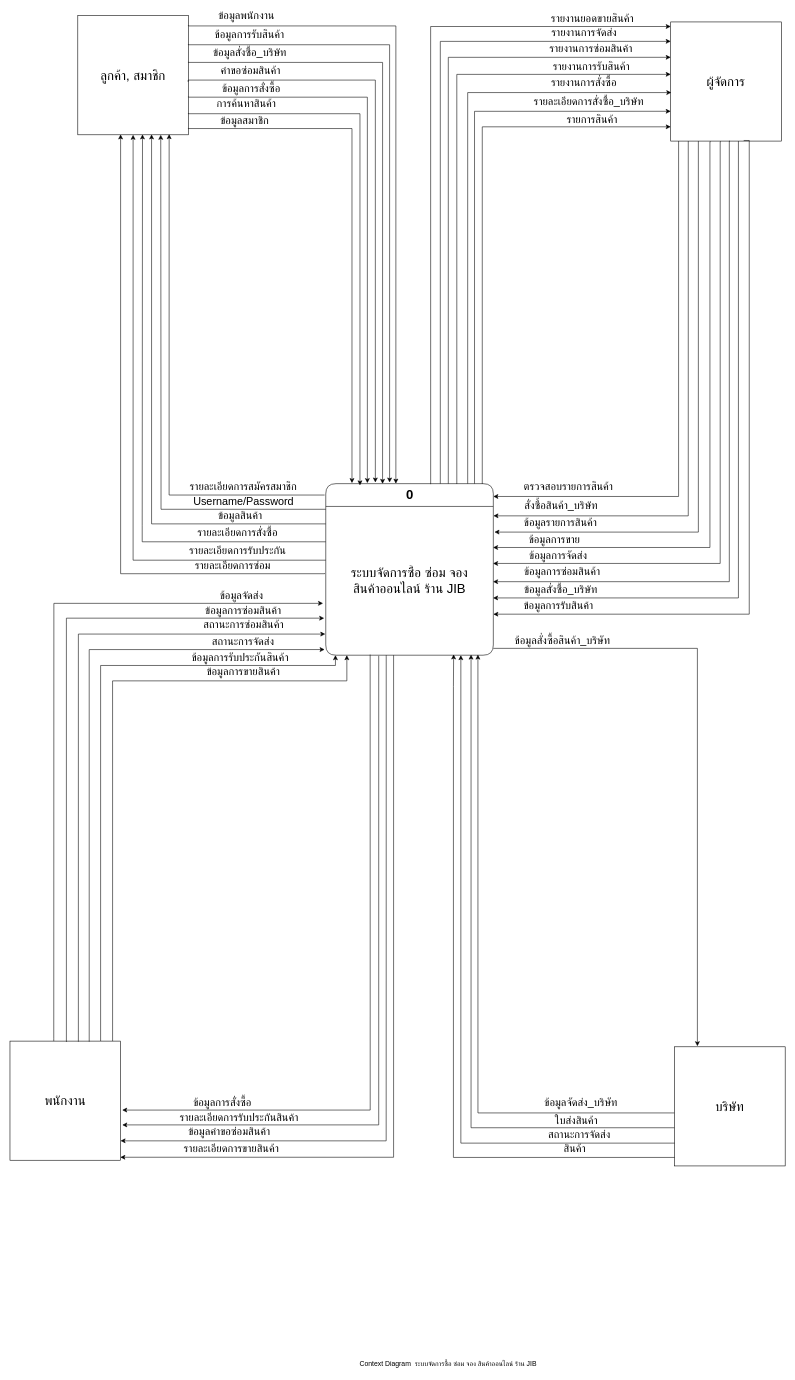
tonparin/SomkidDiagram keeps this draw.io diagram as Untitled Diagram.drawio. Above is the earlier version. Source tidied: cells renumbered, new cells numbered last; positions are measured from the earlier drawing's top-left corner, leaving out a move shared by most shapes. Both pictures are drawn from the tidied source at 57%, with x=0, y=0 at pixel (10, 10).
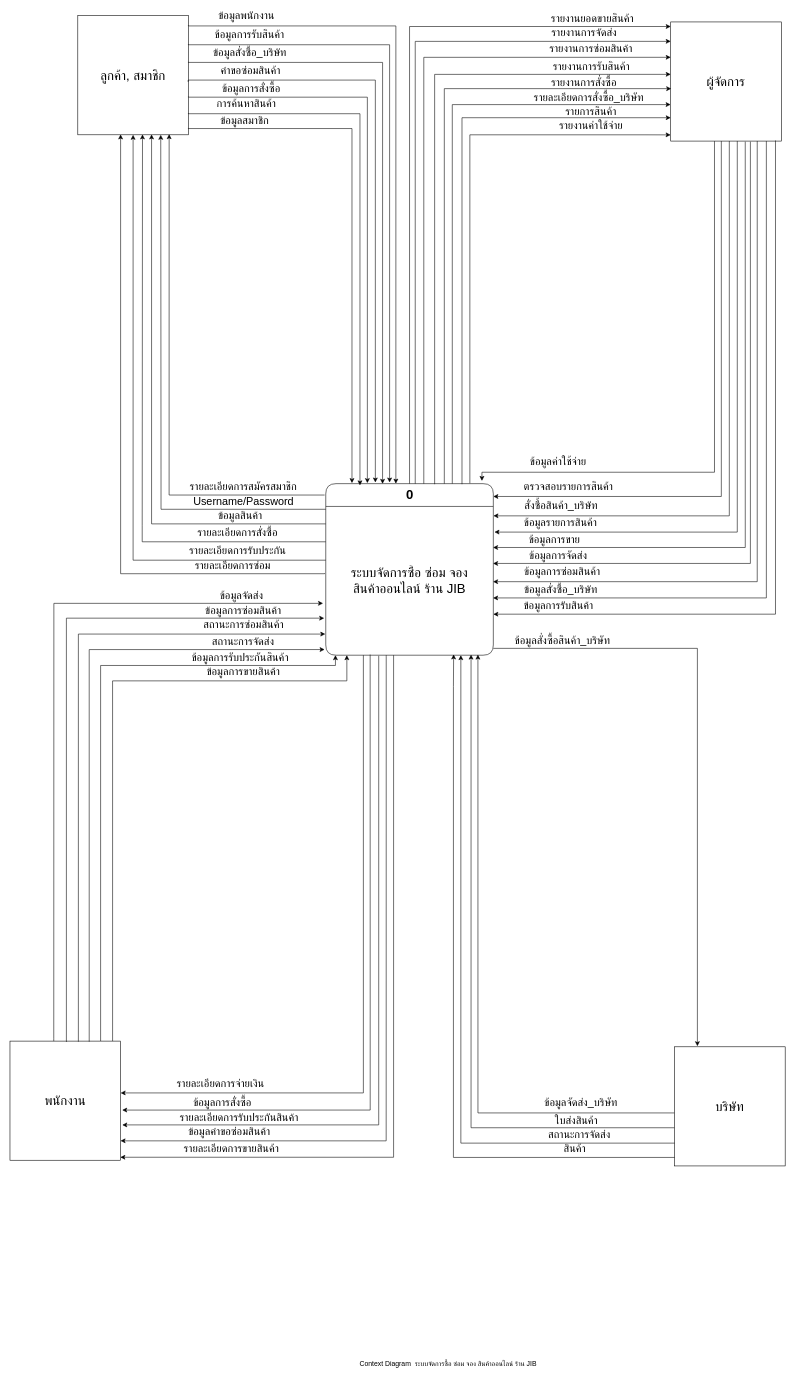
The same diagram, later.

Unchanged cells that the change refers to:
```xml
<mxCell id="3" value="ผู้จัดการ" style="rounded=0;whiteSpace=wrap;html=1;fontSize=23;" parent="1" vertex="1">
  <mxGeometry x="1159.2" y="20" width="194" height="209" as="geometry" />
</mxCell>
<mxCell id="9" value="0" style="swimlane;fontStyle=1;align=center;verticalAlign=middle;horizontal=1;startSize=40;html=1;rounded=1;fontSize=23;" parent="1" vertex="1">
  <mxGeometry x="554" y="830" width="294" height="301" as="geometry" />
</mxCell>
<mxCell id="23" value="พนักงาน" style="rounded=0;whiteSpace=wrap;html=1;fontSize=23;" parent="1" vertex="1">
  <mxGeometry y="1808" width="194" height="209" as="geometry" />
</mxCell>
```

What changed in the source:
```diff
@@
+    <mxCell id="95" style="edgeStyle=orthogonalEdgeStyle;rounded=0;jettySize=auto;html=1;fillColor=#1ba1e2;entryX=0.932;entryY=-0.016;entryDx=0;entryDy=0;entryPerimeter=0;" parent="1" edge="1" source="3" target="9">
+      <mxGeometry relative="1" as="geometry">
+        <Array as="points">
+          <mxPoint x="1236" y="810" />
+          <mxPoint x="828" y="810" />
+        </Array>
+      </mxGeometry>
+    </mxCell>
@@
+    <mxCell id="96" style="edgeStyle=orthogonalEdgeStyle;rounded=0;jettySize=auto;html=1;entryX=1.001;entryY=0.435;entryDx=0;entryDy=0;entryPerimeter=0;fillColor=#1ba1e2;" parent="1" edge="1" source="9" target="23">
+      <mxGeometry relative="1" as="geometry">
+        <Array as="points">
+          <mxPoint x="620" y="1899" />
+        </Array>
+      </mxGeometry>
+    </mxCell>
@@
     <mxCell id="36" value="รายการสินค้า" style="text;html=1;strokeColor=none;fillColor=none;align=center;verticalAlign=middle;whiteSpace=wrap;rounded=0;fontSize=19;" parent="1" vertex="1">
-      <mxGeometry x="945" y="181" width="153" height="20" as="geometry" />
+      <mxGeometry x="942.8" y="167" width="153" height="20" as="geometry" />
     </mxCell>
     <mxCell id="37" value="รายละเอียดการสั่งซื้อ_บริษัท" style="text;html=1;strokeColor=none;fillColor=none;align=center;verticalAlign=middle;whiteSpace=wrap;rounded=0;fontSize=19;" parent="1" vertex="1">
-      <mxGeometry x="884" y="151" width="263" height="20" as="geometry" />
+      <mxGeometry x="884" y="143" width="263" height="20" as="geometry" />
     </mxCell>
@@
-    <mxCell id="53" style="edgeStyle=orthogonalEdgeStyle;rounded=0;jettySize=auto;html=1;exitX=0.934;exitY=0.002;exitDx=0;exitDy=0;exitPerimeter=0;" parent="1" edge="1" source="9" target="3">
+    <mxCell id="53" style="edgeStyle=orthogonalEdgeStyle;rounded=0;jettySize=auto;html=1;" parent="1" edge="1" target="3">
       <mxGeometry relative="1" as="geometry">
+        <mxPoint x="793" y="831" as="sourcePoint" />
         <Array as="points">
-          <mxPoint x="829" y="204" />
+          <mxPoint x="793" y="188" />
         </Array>
       </mxGeometry>
     </mxCell>
@@
     <mxCell id="64" style="edgeStyle=orthogonalEdgeStyle;rounded=0;jettySize=auto;html=1;" parent="1" edge="1" source="3">
       <mxGeometry relative="1" as="geometry">
         <mxPoint x="848" y="852.5" as="targetPoint" />
         <Array as="points">
-          <mxPoint x="1173" y="853" />
+          <mxPoint x="1248" y="853" />
         </Array>
       </mxGeometry>
     </mxCell>
-    <mxCell id="65" style="edgeStyle=orthogonalEdgeStyle;rounded=0;jettySize=auto;html=1;entryX=0;entryY=0.75;entryDx=0;entryDy=0;" parent="1" edge="1" source="9" target="3">
+    <mxCell id="65" style="edgeStyle=orthogonalEdgeStyle;rounded=0;jettySize=auto;html=1;" parent="1" edge="1" source="9">
       <mxGeometry relative="1" as="geometry">
+        <mxPoint x="1159" y="165" as="targetPoint" />
         <Array as="points">
-          <mxPoint x="815" y="177" />
+          <mxPoint x="776" y="165" />
+          <mxPoint x="1159" y="165" />
         </Array>
       </mxGeometry>
     </mxCell>
-    <mxCell id="66" style="edgeStyle=orthogonalEdgeStyle;rounded=0;jettySize=auto;html=1;entryX=0.005;entryY=0.593;entryDx=0;entryDy=0;entryPerimeter=0;" parent="1" edge="1" source="9" target="3">
+    <mxCell id="66" style="edgeStyle=orthogonalEdgeStyle;rounded=0;jettySize=auto;html=1;" parent="1" edge="1" source="9">
       <mxGeometry relative="1" as="geometry">
+        <mxPoint x="1160" y="137" as="targetPoint" />
         <Array as="points">
-          <mxPoint x="803" y="144" />
+          <mxPoint x="762" y="137" />
+          <mxPoint x="1160" y="137" />
         </Array>
       </mxGeometry>
     </mxCell>
-    <mxCell id="67" style="edgeStyle=orthogonalEdgeStyle;rounded=0;jettySize=auto;html=1;entryX=0;entryY=0.44;entryDx=0;entryDy=0;entryPerimeter=0;exitX=0.782;exitY=0.002;exitDx=0;exitDy=0;exitPerimeter=0;" parent="1" edge="1" source="9" target="3">
+    <mxCell id="67" style="edgeStyle=orthogonalEdgeStyle;rounded=0;jettySize=auto;html=1;entryX=0;entryY=0.44;entryDx=0;entryDy=0;entryPerimeter=0;" parent="1" edge="1" target="3">
       <mxGeometry relative="1" as="geometry">
+        <mxPoint x="745" y="831" as="sourcePoint" />
         <Array as="points">
-          <mxPoint x="784" y="112" />
+          <mxPoint x="745" y="831" />
+          <mxPoint x="745" y="112" />
         </Array>
       </mxGeometry>
     </mxCell>
     <mxCell id="68" style="edgeStyle=orthogonalEdgeStyle;rounded=0;jettySize=auto;html=1;entryX=0;entryY=0.297;entryDx=0;entryDy=0;entryPerimeter=0;" parent="1" edge="1" source="9" target="3">
       <mxGeometry relative="1" as="geometry">
         <Array as="points">
-          <mxPoint x="769" y="82" />
+          <mxPoint x="726" y="82" />
         </Array>
       </mxGeometry>
     </mxCell>
     <mxCell id="69" style="edgeStyle=orthogonalEdgeStyle;rounded=0;jettySize=auto;html=1;entryX=0;entryY=0.163;entryDx=0;entryDy=0;entryPerimeter=0;" parent="1" edge="1" source="9" target="3">
       <mxGeometry relative="1" as="geometry">
         <Array as="points">
-          <mxPoint x="755" y="54" />
+          <mxPoint x="711" y="54" />
         </Array>
       </mxGeometry>
     </mxCell>
-    <mxCell id="70" style="edgeStyle=orthogonalEdgeStyle;rounded=0;jettySize=auto;html=1;exitX=0.626;exitY=0.003;exitDx=0;exitDy=0;exitPerimeter=0;" parent="1" edge="1" source="9" target="3">
+    <mxCell id="70" style="edgeStyle=orthogonalEdgeStyle;rounded=0;jettySize=auto;html=1;exitX=0.5;exitY=0;exitDx=0;exitDy=0;" parent="1" edge="1" source="9" target="3">
       <mxGeometry relative="1" as="geometry">
         <Array as="points">
-          <mxPoint x="738" y="28" />
+          <mxPoint x="701" y="28" />
         </Array>
       </mxGeometry>
     </mxCell>
     <mxCell id="71" style="edgeStyle=orthogonalEdgeStyle;rounded=0;jettySize=auto;html=1;" parent="1" edge="1" source="3">
       <mxGeometry relative="1" as="geometry">
         <mxPoint x="848.2" y="886.5" as="targetPoint" />
         <Array as="points">
-          <mxPoint x="1190" y="887" />
+          <mxPoint x="1262" y="887" />
         </Array>
       </mxGeometry>
     </mxCell>
-    <mxCell id="72" style="edgeStyle=orthogonalEdgeStyle;rounded=0;jettySize=auto;html=1;exitX=0.25;exitY=1;exitDx=0;exitDy=0;" parent="1" edge="1" source="3">
+    <mxCell id="72" style="edgeStyle=orthogonalEdgeStyle;rounded=0;orthogonalLoop=1;jettySize=auto;html=1;" parent="1" edge="1">
       <mxGeometry relative="1" as="geometry">
+        <mxPoint x="1276" y="229" as="sourcePoint" />
         <mxPoint x="850" y="915" as="targetPoint" />
         <Array as="points">
-          <mxPoint x="1207" y="229" />
-          <mxPoint x="1207" y="915" />
+          <mxPoint x="1276" y="229" />
+          <mxPoint x="1276" y="915" />
         </Array>
       </mxGeometry>
     </mxCell>
-    <mxCell id="73" style="edgeStyle=orthogonalEdgeStyle;rounded=0;jettySize=auto;html=1;exitX=0.361;exitY=1.005;exitDx=0;exitDy=0;exitPerimeter=0;" parent="1" edge="1" source="3">
+    <mxCell id="73" style="edgeStyle=orthogonalEdgeStyle;rounded=0;jettySize=auto;html=1;exitX=0.674;exitY=1.005;exitDx=0;exitDy=0;exitPerimeter=0;" parent="1" edge="1" source="3">
       <mxGeometry relative="1" as="geometry">
         <mxPoint x="847.6" y="942" as="targetPoint" />
         <Array as="points">
-          <mxPoint x="1228" y="230" />
-          <mxPoint x="1228" y="942" />
+          <mxPoint x="1290" y="942" />
         </Array>
       </mxGeometry>
     </mxCell>
-    <mxCell id="74" style="edgeStyle=orthogonalEdgeStyle;rounded=0;jettySize=auto;html=1;exitX=0.454;exitY=1.005;exitDx=0;exitDy=0;exitPerimeter=0;" parent="1" edge="1" source="3">
+    <mxCell id="74" style="edgeStyle=orthogonalEdgeStyle;rounded=0;orthogonalLoop=1;jettySize=auto;html=1;" parent="1" edge="1">
       <mxGeometry relative="1" as="geometry">
+        <mxPoint x="1299" y="230" as="sourcePoint" />
         <mxPoint x="847.6" y="970" as="targetPoint" />
         <Array as="points">
-          <mxPoint x="1246" y="230" />
-          <mxPoint x="1246" y="970" />
+          <mxPoint x="1299" y="970" />
         </Array>
       </mxGeometry>
     </mxCell>
-    <mxCell id="75" style="edgeStyle=orthogonalEdgeStyle;rounded=0;jettySize=auto;html=1;exitX=0.536;exitY=1;exitDx=0;exitDy=0;exitPerimeter=0;" parent="1" edge="1" source="3">
+    <mxCell id="75" style="edgeStyle=orthogonalEdgeStyle;rounded=0;orthogonalLoop=1;jettySize=auto;html=1;" parent="1" edge="1">
       <mxGeometry relative="1" as="geometry">
+        <mxPoint x="1311" y="229" as="sourcePoint" />
         <mxPoint x="847.6" y="1002" as="targetPoint" />
         <Array as="points">
-          <mxPoint x="1262" y="229" />
-          <mxPoint x="1262" y="1002" />
+          <mxPoint x="1311" y="229" />
+          <mxPoint x="1311" y="1002" />
         </Array>
       </mxGeometry>
     </mxCell>
     <mxCell id="76" style="edgeStyle=orthogonalEdgeStyle;rounded=0;jettySize=auto;html=1;" parent="1" edge="1" source="3">
       <mxGeometry relative="1" as="geometry">
         <mxPoint x="847.6" y="1030.5" as="targetPoint" />
         <Array as="points">
-          <mxPoint x="1278" y="1031" />
+          <mxPoint x="1327" y="1031" />
         </Array>
       </mxGeometry>
     </mxCell>
-    <mxCell id="77" style="edgeStyle=orthogonalEdgeStyle;rounded=0;jettySize=auto;html=1;exitX=0.66;exitY=0.995;exitDx=0;exitDy=0;exitPerimeter=0;" parent="1" edge="1" source="3">
+    <mxCell id="77" style="edgeStyle=orthogonalEdgeStyle;rounded=0;orthogonalLoop=1;jettySize=auto;html=1;" parent="1" edge="1">
       <mxGeometry relative="1" as="geometry">
+        <mxPoint x="1343" y="228" as="sourcePoint" />
         <mxPoint x="848" y="1059" as="targetPoint" />
         <Array as="points">
-          <mxPoint x="1297" y="228" />
-          <mxPoint x="1297" y="1059" />
+          <mxPoint x="1343" y="228" />
+          <mxPoint x="1343" y="1059" />
         </Array>
       </mxGeometry>
     </mxCell>
@@
-    <mxCell id="92" value="ข้อมูลการรับประกันสินค้า" style="text;html=1;align=center;verticalAlign=middle;whiteSpace=wrap;rounded=0;strokeColor=#FFFFFF;fillColor=#FFFFFF;fontSize=19;" parent="1" vertex="1">
+    <mxCell id="92" value="ข้อมูลการรับประกันสินค้า" style="text;html=1;align=center;verticalAlign=middle;whiteSpace=wrap;rounded=0;fontSize=19;" parent="1" vertex="1">
       <mxGeometry x="294" y="1125" width="220" height="20" as="geometry" />
     </mxCell>
-    <mxCell id="93" value="ข้อมูลการขายสินค้า" style="text;html=1;align=center;verticalAlign=middle;whiteSpace=wrap;rounded=0;strokeColor=#FFFFFF;fillColor=#FFFFFF;fontSize=19;" parent="1" vertex="1">
+    <mxCell id="93" value="ข้อมูลการขายสินค้า" style="text;html=1;align=center;verticalAlign=middle;whiteSpace=wrap;rounded=0;fontSize=19;" parent="1" vertex="1">
       <mxGeometry x="318.5" y="1151" width="181" height="20" as="geometry" />
     </mxCell>
-    <mxCell id="94" value="รายละเอียดการขายสินค้า" style="text;html=1;align=center;verticalAlign=middle;whiteSpace=wrap;rounded=0;fillColor=#FFFFFF;strokeColor=#FFFFFF;fontSize=19;" parent="1" vertex="1">
+    <mxCell id="94" value="รายละเอียดการขายสินค้า" style="text;html=1;align=center;verticalAlign=middle;whiteSpace=wrap;rounded=0;fontSize=19;" parent="1" vertex="1">
       <mxGeometry x="280" y="1987" width="217" height="20" as="geometry" />
     </mxCell>
+    <mxCell id="97" value="รายละเอียดการจ่ายเงิน" style="text;html=1;align=center;verticalAlign=middle;whiteSpace=wrap;rounded=0;strokeColor=#FFFFFF;fillColor=#FFFFFF;fontSize=19;" parent="1" vertex="1">
+      <mxGeometry x="268" y="1873" width="203" height="20" as="geometry" />
+    </mxCell>
+    <mxCell id="98" value="รายงานค่าใช้จ่าย" style="text;html=1;align=center;verticalAlign=middle;whiteSpace=wrap;rounded=0;strokeColor=#FFFFFF;fillColor=#FFFFFF;fontSize=19;" parent="1" vertex="1">
+      <mxGeometry x="943.9" y="192" width="150.6" height="20" as="geometry" />
+    </mxCell>
+    <mxCell id="99" style="edgeStyle=orthogonalEdgeStyle;rounded=0;jettySize=auto;html=1;fillColor=#d80073;exitX=0.86;exitY=-0.002;exitDx=0;exitDy=0;exitPerimeter=0;entryX=-0.001;entryY=0.948;entryDx=0;entryDy=0;entryPerimeter=0;" parent="1" edge="1" source="9" target="3">
+      <mxGeometry relative="1" as="geometry">
+        <Array as="points">
+          <mxPoint x="807" y="218" />
+          <mxPoint x="1114" y="218" />
+        </Array>
+      </mxGeometry>
+    </mxCell>
+    <mxCell id="100" value="ข้อมูลค่าใช้จ่าย" style="text;html=1;align=center;verticalAlign=middle;whiteSpace=wrap;rounded=0;strokeColor=#FFFFFF;fillColor=#FFFFFF;fontSize=19;" parent="1" vertex="1">
+      <mxGeometry x="877.9" y="781" width="168.1" height="20" as="geometry" />
+    </mxCell>
```
